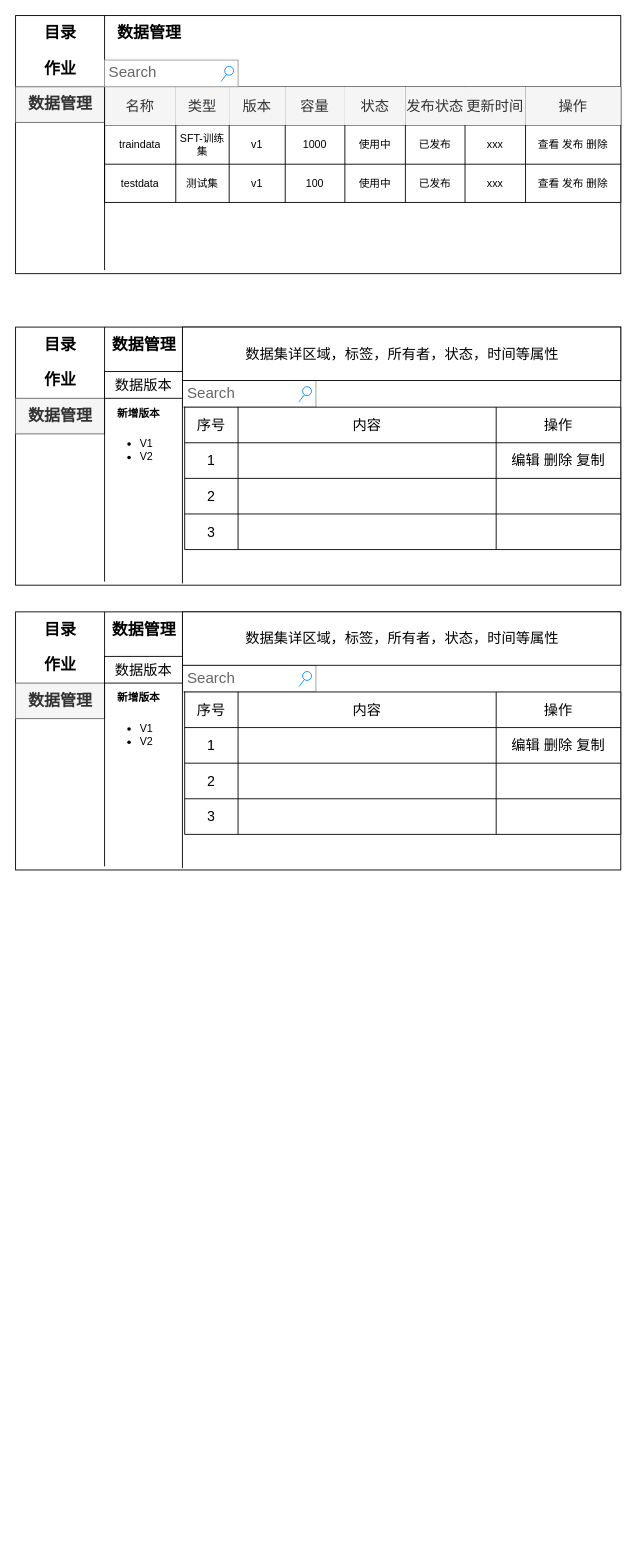
This is dataset.drawio from jack161641/cmdb, a draw.io file, before an edit. Source tidied: cells renumbered, new cells numbered last; positions are measured from the earlier drawing's top-left corner, leaving out a move shared by most shapes. Both pictures are drawn from the tidied source at 89%, with x=0, y=0 at pixel (15, 15).
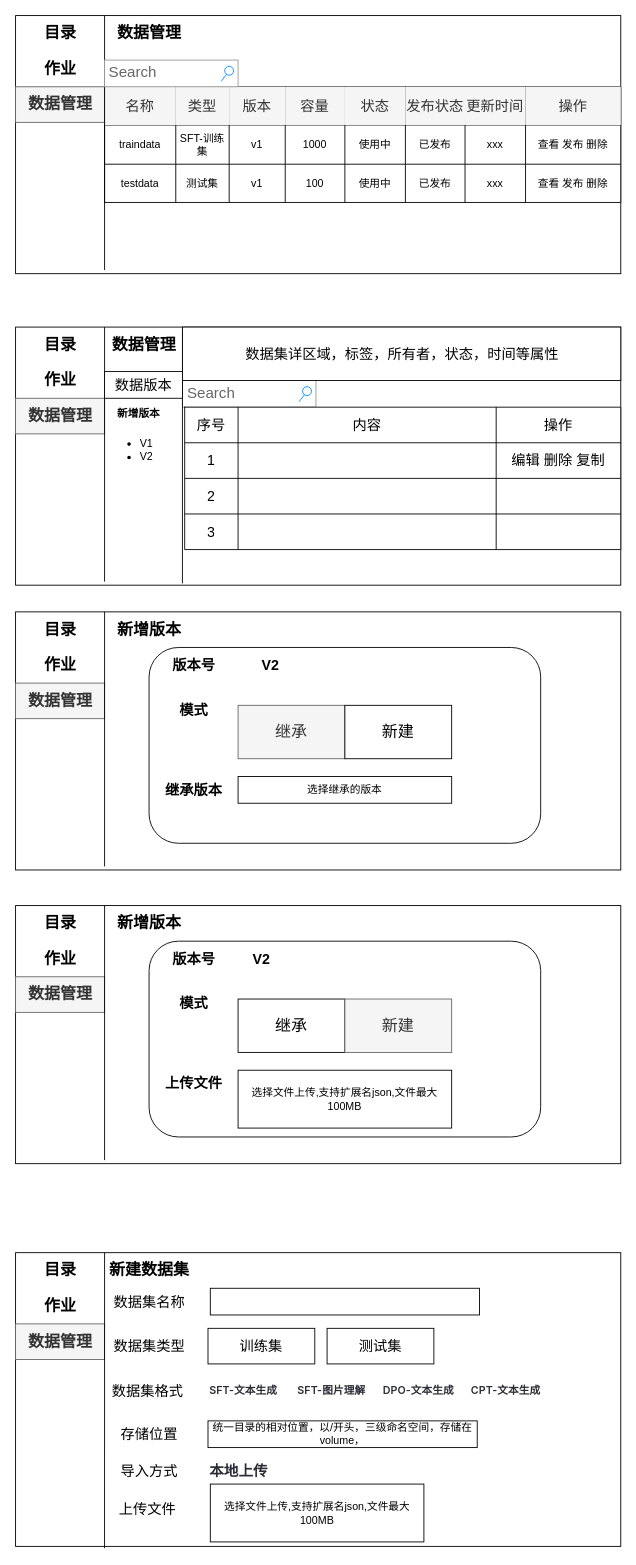
Above is the later version.

Diff of the diagram source:
```diff
@@
-    <mxCell id="71" value="数据管理" style="text;strokeColor=none;fillColor=none;html=1;fontSize=18;fontStyle=1;verticalAlign=middle;align=center;" parent="1" vertex="1">
-      <mxGeometry x="93.8" y="670" width="100" height="40" as="geometry" />
-    </mxCell>
-    <mxCell id="72" value="Search" style="strokeWidth=1;shadow=0;dashed=0;align=center;html=1;shape=mxgraph.mockup.forms.searchBox;strokeColor=#999999;mainText=;strokeColor2=#008cff;fontColor=#666666;fontSize=17;align=left;spacingLeft=3;whiteSpace=wrap;" parent="1" vertex="1">
-      <mxGeometry x="187.5" y="730" width="150" height="30" as="geometry" />
-    </mxCell>
-    <mxCell id="73" style="endArrow=none;html=1;rounded=0;entryX=1;entryY=0;entryDx=0;entryDy=0;" parent="1" edge="1">
-      <mxGeometry relative="1" as="geometry">
-        <mxPoint x="187.5" y="958" as="sourcePoint" />
-        <mxPoint x="187.5" y="672" as="targetPoint" />
-      </mxGeometry>
-    </mxCell>
-    <mxCell id="74" value="数据版本" style="rounded=0;whiteSpace=wrap;html=1;fontSize=16;" parent="1" vertex="1">
-      <mxGeometry x="100" y="720" width="87.5" height="30" as="geometry" />
-    </mxCell>
-    <mxCell id="75" value="&lt;ul&gt;&lt;li&gt;V1&lt;/li&gt;&lt;li&gt;V2&lt;/li&gt;&lt;/ul&gt;" style="text;strokeColor=none;fillColor=none;html=1;whiteSpace=wrap;verticalAlign=middle;overflow=hidden;" parent="1" vertex="1">
-      <mxGeometry x="97.5" y="775" width="90" height="65" as="geometry" />
-    </mxCell>
-    <mxCell id="76" value="数据集详区域，标签，所有者，状态，时间等属性" style="rounded=0;whiteSpace=wrap;html=1;fontSize=16;" parent="1" vertex="1">
-      <mxGeometry x="187.5" y="670" width="492.5" height="60" as="geometry" />
-    </mxCell>
-    <mxCell id="77" style="shape=table;startSize=0;childLayout=tableLayout;fontSize=16;" parent="1" vertex="1">
-      <mxGeometry x="190" y="760" width="490" height="160" as="geometry" />
-    </mxCell>
-    <mxCell id="78" style="shape=tableRow;horizontal=0;startSize=0;swimlaneHead=0;swimlaneBody=0;strokeColor=inherit;top=0;left=0;bottom=0;right=0;fillColor=none;fontSize=16;" parent="77" vertex="1">
-      <mxGeometry width="490" height="40" as="geometry" />
-    </mxCell>
-    <mxCell id="79" value="序号" style="shape=partialRectangle;html=1;whiteSpace=wrap;strokeColor=inherit;overflow=hidden;fillColor=none;top=0;left=0;bottom=0;right=0;fontSize=16;" parent="78" vertex="1">
-      <mxGeometry width="60" height="40" as="geometry" />
-    </mxCell>
-    <mxCell id="80" value="内容" style="shape=partialRectangle;html=1;whiteSpace=wrap;strokeColor=inherit;overflow=hidden;fillColor=none;top=0;left=0;bottom=0;right=0;fontSize=16;" parent="78" vertex="1">
-      <mxGeometry x="60" width="290" height="40" as="geometry" />
-    </mxCell>
-    <mxCell id="81" value="操作" style="shape=partialRectangle;html=1;whiteSpace=wrap;strokeColor=inherit;overflow=hidden;fillColor=none;top=0;left=0;bottom=0;right=0;fontSize=16;" parent="78" vertex="1">
-      <mxGeometry x="350" width="140" height="40" as="geometry" />
-    </mxCell>
-    <mxCell id="82" style="shape=tableRow;horizontal=0;startSize=0;swimlaneHead=0;swimlaneBody=0;strokeColor=inherit;top=0;left=0;bottom=0;right=0;fillColor=none;fontSize=16;" parent="77" vertex="1">
-      <mxGeometry y="40" width="490" height="40" as="geometry" />
-    </mxCell>
-    <mxCell id="83" value="1" style="shape=partialRectangle;html=1;whiteSpace=wrap;strokeColor=inherit;overflow=hidden;fillColor=none;top=0;left=0;bottom=0;right=0;fontSize=16;" parent="82" vertex="1">
-      <mxGeometry width="60" height="40" as="geometry" />
-    </mxCell>
-    <mxCell id="84" style="shape=partialRectangle;html=1;whiteSpace=wrap;strokeColor=inherit;overflow=hidden;fillColor=none;top=0;left=0;bottom=0;right=0;fontSize=16;" parent="82" vertex="1">
-      <mxGeometry x="60" width="290" height="40" as="geometry" />
-    </mxCell>
-    <mxCell id="85" value="编辑 删除 复制" style="shape=partialRectangle;html=1;whiteSpace=wrap;strokeColor=inherit;overflow=hidden;fillColor=none;top=0;left=0;bottom=0;right=0;fontSize=16;" parent="82" vertex="1">
-      <mxGeometry x="350" width="140" height="40" as="geometry" />
-    </mxCell>
-    <mxCell id="86" style="shape=tableRow;horizontal=0;startSize=0;swimlaneHead=0;swimlaneBody=0;strokeColor=inherit;top=0;left=0;bottom=0;right=0;fillColor=none;fontSize=16;" parent="77" vertex="1">
-      <mxGeometry y="80" width="490" height="40" as="geometry" />
-    </mxCell>
-    <mxCell id="87" value="2" style="shape=partialRectangle;html=1;whiteSpace=wrap;strokeColor=inherit;overflow=hidden;fillColor=none;top=0;left=0;bottom=0;right=0;fontSize=16;" parent="86" vertex="1">
-      <mxGeometry width="60" height="40" as="geometry" />
-    </mxCell>
-    <mxCell id="88" style="shape=partialRectangle;html=1;whiteSpace=wrap;strokeColor=inherit;overflow=hidden;fillColor=none;top=0;left=0;bottom=0;right=0;fontSize=16;" parent="86" vertex="1">
-      <mxGeometry x="60" width="290" height="40" as="geometry" />
-    </mxCell>
-    <mxCell id="89" style="shape=partialRectangle;html=1;whiteSpace=wrap;strokeColor=inherit;overflow=hidden;fillColor=none;top=0;left=0;bottom=0;right=0;fontSize=16;" parent="86" vertex="1">
-      <mxGeometry x="350" width="140" height="40" as="geometry" />
-    </mxCell>
-    <mxCell id="90" style="shape=tableRow;horizontal=0;startSize=0;swimlaneHead=0;swimlaneBody=0;strokeColor=inherit;top=0;left=0;bottom=0;right=0;fillColor=none;fontSize=16;" parent="77" vertex="1">
-      <mxGeometry y="120" width="490" height="40" as="geometry" />
-    </mxCell>
-    <mxCell id="91" value="3" style="shape=partialRectangle;html=1;whiteSpace=wrap;strokeColor=inherit;overflow=hidden;fillColor=none;top=0;left=0;bottom=0;right=0;fontSize=16;" parent="90" vertex="1">
-      <mxGeometry width="60" height="40" as="geometry" />
-    </mxCell>
-    <mxCell id="92" style="shape=partialRectangle;html=1;whiteSpace=wrap;strokeColor=inherit;overflow=hidden;fillColor=none;top=0;left=0;bottom=0;right=0;fontSize=16;" parent="90" vertex="1">
-      <mxGeometry x="60" width="290" height="40" as="geometry" />
-    </mxCell>
-    <mxCell id="93" style="shape=partialRectangle;html=1;whiteSpace=wrap;strokeColor=inherit;overflow=hidden;fillColor=none;top=0;left=0;bottom=0;right=0;fontSize=16;" parent="90" vertex="1">
-      <mxGeometry x="350" width="140" height="40" as="geometry" />
-    </mxCell>
-    <mxCell id="94" value="&lt;font style=&quot;font-size: 12px;&quot;&gt;新增版本&lt;/font&gt;" style="text;strokeColor=none;fillColor=none;html=1;fontSize=24;fontStyle=1;verticalAlign=middle;align=center;" parent="1" vertex="1">
-      <mxGeometry x="100" y="750" width="76" height="25" as="geometry" />
-    </mxCell>
+    <mxCell id="95" style="rounded=1;whiteSpace=wrap;html=1;" parent="1" vertex="1">
+      <mxGeometry x="150" y="710" width="440" height="220" as="geometry" />
+    </mxCell>
+    <mxCell id="96" value="新增版本" style="text;strokeColor=none;fillColor=none;html=1;fontSize=18;fontStyle=1;verticalAlign=middle;align=center;" parent="1" vertex="1">
+      <mxGeometry x="100" y="670" width="100" height="40" as="geometry" />
+    </mxCell>
+    <mxCell id="97" value="版本号" style="text;strokeColor=none;fillColor=none;html=1;fontSize=16;fontStyle=1;verticalAlign=middle;align=center;" parent="1" vertex="1">
+      <mxGeometry x="150" y="710" width="100" height="40" as="geometry" />
+    </mxCell>
+    <mxCell id="98" value="模式" style="text;strokeColor=none;fillColor=none;html=1;fontSize=16;fontStyle=1;verticalAlign=middle;align=center;" parent="1" vertex="1">
+      <mxGeometry x="150" y="760" width="100" height="40" as="geometry" />
+    </mxCell>
+    <mxCell id="99" value="继承" style="rounded=0;whiteSpace=wrap;html=1;fontSize=18;fillColor=#f5f5f5;fontColor=#333333;strokeColor=#666666;" parent="1" vertex="1">
+      <mxGeometry x="250" y="775" width="120" height="60" as="geometry" />
+    </mxCell>
+    <mxCell id="100" value="新建" style="rounded=0;whiteSpace=wrap;html=1;fontSize=18;" parent="1" vertex="1">
+      <mxGeometry x="370" y="775" width="120" height="60" as="geometry" />
+    </mxCell>
+    <mxCell id="101" value="继承版本" style="text;strokeColor=none;fillColor=none;html=1;fontSize=16;fontStyle=1;verticalAlign=middle;align=center;" parent="1" vertex="1">
+      <mxGeometry x="150" y="850" width="100" height="40" as="geometry" />
+    </mxCell>
+    <mxCell id="102" value="选择继承的版本" style="rounded=0;whiteSpace=wrap;html=1;" parent="1" vertex="1">
+      <mxGeometry x="250" y="855" width="240" height="30" as="geometry" />
+    </mxCell>
+    <mxCell id="103" style="rounded=0;whiteSpace=wrap;html=1;" parent="1" vertex="1">
+      <mxGeometry y="1000" width="680" height="290" as="geometry" />
+    </mxCell>
+    <mxCell id="104" value="目录" style="text;strokeColor=none;fillColor=none;html=1;fontSize=18;fontStyle=1;verticalAlign=middle;align=center;" parent="1" vertex="1">
+      <mxGeometry y="1000" width="100" height="40" as="geometry" />
+    </mxCell>
+    <mxCell id="105" value="数据管理" style="text;strokeColor=#666666;fillColor=#f5f5f5;html=1;fontSize=18;fontStyle=1;verticalAlign=middle;align=center;fontColor=#333333;" parent="1" vertex="1">
+      <mxGeometry y="1080" width="100" height="40" as="geometry" />
+    </mxCell>
+    <mxCell id="106" value="作业" style="text;strokeColor=none;fillColor=none;html=1;fontSize=18;fontStyle=1;verticalAlign=middle;align=center;" parent="1" vertex="1">
+      <mxGeometry y="1040" width="100" height="40" as="geometry" />
+    </mxCell>
+    <mxCell id="107" style="endArrow=none;html=1;rounded=0;entryX=1;entryY=0;entryDx=0;entryDy=0;" parent="1" edge="1" target="104">
+      <mxGeometry relative="1" as="geometry">
+        <mxPoint x="100" y="1286" as="sourcePoint" />
+      </mxGeometry>
+    </mxCell>
+    <mxCell id="108" style="rounded=1;whiteSpace=wrap;html=1;" parent="1" vertex="1">
+      <mxGeometry x="150" y="1040" width="440" height="220" as="geometry" />
+    </mxCell>
+    <mxCell id="109" value="新增版本" style="text;strokeColor=none;fillColor=none;html=1;fontSize=18;fontStyle=1;verticalAlign=middle;align=center;" parent="1" vertex="1">
+      <mxGeometry x="100" y="1000" width="100" height="40" as="geometry" />
+    </mxCell>
+    <mxCell id="110" value="版本号" style="text;strokeColor=none;fillColor=none;html=1;fontSize=16;fontStyle=1;verticalAlign=middle;align=center;" parent="1" vertex="1">
+      <mxGeometry x="150" y="1040" width="100" height="40" as="geometry" />
+    </mxCell>
+    <mxCell id="111" value="模式" style="text;strokeColor=none;fillColor=none;html=1;fontSize=16;fontStyle=1;verticalAlign=middle;align=center;" parent="1" vertex="1">
+      <mxGeometry x="150" y="1090" width="100" height="40" as="geometry" />
+    </mxCell>
+    <mxCell id="112" value="继承" style="rounded=0;whiteSpace=wrap;html=1;fontSize=18;" parent="1" vertex="1">
+      <mxGeometry x="250" y="1105" width="120" height="60" as="geometry" />
+    </mxCell>
+    <mxCell id="113" value="新建" style="rounded=0;whiteSpace=wrap;html=1;fontSize=18;fillColor=#f5f5f5;fontColor=#333333;strokeColor=#666666;" parent="1" vertex="1">
+      <mxGeometry x="370" y="1105" width="120" height="60" as="geometry" />
+    </mxCell>
+    <mxCell id="114" value="上传文件" style="text;strokeColor=none;fillColor=none;html=1;fontSize=16;fontStyle=1;verticalAlign=middle;align=center;" parent="1" vertex="1">
+      <mxGeometry x="150" y="1180" width="100" height="40" as="geometry" />
+    </mxCell>
+    <mxCell id="115" value="选择文件上传,支持扩展名json,文件最大100MB" style="rounded=0;whiteSpace=wrap;html=1;" parent="1" vertex="1">
+      <mxGeometry x="250" y="1185" width="240" height="65" as="geometry" />
+    </mxCell>
+    <mxCell id="116" value="V2" style="text;strokeColor=none;fillColor=none;html=1;fontSize=16;fontStyle=1;verticalAlign=middle;align=center;" parent="1" vertex="1">
+      <mxGeometry x="250" y="710" width="72.5" height="40" as="geometry" />
+    </mxCell>
+    <mxCell id="117" value="V2" style="text;strokeColor=none;fillColor=none;html=1;fontSize=16;fontStyle=1;verticalAlign=middle;align=center;" parent="1" vertex="1">
+      <mxGeometry x="240" y="1040" width="72.5" height="40" as="geometry" />
+    </mxCell>
+    <mxCell id="118" style="rounded=0;whiteSpace=wrap;html=1;" parent="1" vertex="1">
+      <mxGeometry y="1390" width="680" height="330" as="geometry" />
+    </mxCell>
+    <mxCell id="119" value="目录" style="text;strokeColor=none;fillColor=none;html=1;fontSize=18;fontStyle=1;verticalAlign=middle;align=center;" parent="1" vertex="1">
+      <mxGeometry y="1390" width="100" height="40" as="geometry" />
+    </mxCell>
+    <mxCell id="120" value="数据管理" style="text;strokeColor=#666666;fillColor=#f5f5f5;html=1;fontSize=18;fontStyle=1;verticalAlign=middle;align=center;fontColor=#333333;" parent="1" vertex="1">
+      <mxGeometry y="1470" width="100" height="40" as="geometry" />
+    </mxCell>
+    <mxCell id="121" value="作业" style="text;strokeColor=none;fillColor=none;html=1;fontSize=18;fontStyle=1;verticalAlign=middle;align=center;" parent="1" vertex="1">
+      <mxGeometry y="1430" width="100" height="40" as="geometry" />
+    </mxCell>
+    <mxCell id="122" style="endArrow=none;html=1;rounded=0;entryX=1;entryY=0;entryDx=0;entryDy=0;exitX=0.147;exitY=1.006;exitDx=0;exitDy=0;exitPerimeter=0;" parent="1" edge="1" source="118" target="119">
+      <mxGeometry relative="1" as="geometry" />
+    </mxCell>
+    <mxCell id="123" value="新建数据集" style="text;strokeColor=none;fillColor=none;html=1;fontSize=18;fontStyle=1;verticalAlign=middle;align=center;" parent="1" vertex="1">
+      <mxGeometry x="100" y="1390" width="100" height="40" as="geometry" />
+    </mxCell>
+    <mxCell id="124" value="数据集名称" style="text;strokeColor=none;fillColor=none;html=1;fontSize=16;fontStyle=0;verticalAlign=middle;align=center;" parent="1" vertex="1">
+      <mxGeometry x="100" y="1430" width="100" height="30" as="geometry" />
+    </mxCell>
+    <mxCell id="125" style="rounded=0;whiteSpace=wrap;html=1;" parent="1" vertex="1">
+      <mxGeometry x="218.8" y="1430" width="302.5" height="30" as="geometry" />
+    </mxCell>
+    <mxCell id="126" value="数据集类型" style="text;strokeColor=none;fillColor=none;html=1;fontSize=16;fontStyle=0;verticalAlign=middle;align=center;" parent="1" vertex="1">
+      <mxGeometry x="100" y="1480" width="100" height="30" as="geometry" />
+    </mxCell>
+    <mxCell id="127" value="训练集" style="rounded=0;whiteSpace=wrap;html=1;fontSize=16;" parent="1" vertex="1">
+      <mxGeometry x="216.2" y="1475" width="120" height="40" as="geometry" />
+    </mxCell>
+    <mxCell id="128" value="测试集" style="rounded=0;whiteSpace=wrap;html=1;fontSize=16;" parent="1" vertex="1">
+      <mxGeometry x="350" y="1475" width="120" height="40" as="geometry" />
+    </mxCell>
+    <mxCell id="129" value="数据集格式" style="text;strokeColor=none;fillColor=none;html=1;fontSize=16;fontStyle=0;verticalAlign=middle;align=center;" parent="1" vertex="1">
+      <mxGeometry x="97.5" y="1530" width="100" height="30" as="geometry" />
+    </mxCell>
+    <mxCell id="130" value="&lt;h3 style=&quot;box-sizing: border-box; font-weight: 600; line-height: 1.7777; margin: 0.571429em 0px; font-size: 1em; color: rgb(44, 44, 54); font-family: -apple-system, BlinkMacSystemFont, &amp;quot;Segoe UI&amp;quot;, &amp;quot;Noto Sans&amp;quot;, Helvetica, Arial, sans-serif, &amp;quot;Apple Color Emoji&amp;quot;, &amp;quot;Segoe UI Emoji&amp;quot;; font-style: normal; font-variant-ligatures: normal; font-variant-caps: normal; letter-spacing: 0.08px; orphans: 2; text-align: start; text-indent: 0px; text-transform: none; widows: 2; word-spacing: 0px; -webkit-text-stroke-width: 0px; white-space: normal; background-color: rgb(255, 255, 255); text-decoration-thickness: initial; text-decoration-style: initial; text-decoration-color: initial;&quot;&gt;CPT-文本生成&lt;/h3&gt;" style="text;whiteSpace=wrap;html=1;" parent="1" vertex="1">
+      <mxGeometry x="510" y="1520" width="110" height="60" as="geometry" />
+    </mxCell>
+    <mxCell id="131" value="&lt;h3 style=&quot;box-sizing: border-box; font-weight: 600; line-height: 1.7777; margin: 0.571429em 0px; font-size: 1em; color: rgb(44, 44, 54); font-family: -apple-system, BlinkMacSystemFont, &amp;quot;Segoe UI&amp;quot;, &amp;quot;Noto Sans&amp;quot;, Helvetica, Arial, sans-serif, &amp;quot;Apple Color Emoji&amp;quot;, &amp;quot;Segoe UI Emoji&amp;quot;; font-style: normal; font-variant-ligatures: normal; font-variant-caps: normal; letter-spacing: 0.08px; orphans: 2; text-align: start; text-indent: 0px; text-transform: none; widows: 2; word-spacing: 0px; -webkit-text-stroke-width: 0px; white-space: normal; background-color: rgb(255, 255, 255); text-decoration-thickness: initial; text-decoration-style: initial; text-decoration-color: initial;&quot;&gt;DPO-文本生成&lt;/h3&gt;" style="text;whiteSpace=wrap;html=1;" parent="1" vertex="1">
+      <mxGeometry x="411.2" y="1520" width="110" height="60" as="geometry" />
+    </mxCell>
+    <mxCell id="132" value="&lt;h3 style=&quot;box-sizing: border-box; font-weight: 600; line-height: 1.7777; margin: 0.571429em 0px; font-size: 1em; color: rgb(44, 44, 54); font-family: -apple-system, BlinkMacSystemFont, &amp;quot;Segoe UI&amp;quot;, &amp;quot;Noto Sans&amp;quot;, Helvetica, Arial, sans-serif, &amp;quot;Apple Color Emoji&amp;quot;, &amp;quot;Segoe UI Emoji&amp;quot;; font-style: normal; font-variant-ligatures: normal; font-variant-caps: normal; letter-spacing: 0.08px; orphans: 2; text-align: start; text-indent: 0px; text-transform: none; widows: 2; word-spacing: 0px; -webkit-text-stroke-width: 0px; white-space: normal; background-color: rgb(255, 255, 255); text-decoration-thickness: initial; text-decoration-style: initial; text-decoration-color: initial;&quot;&gt;SFT-图片理解&lt;/h3&gt;" style="text;whiteSpace=wrap;html=1;" parent="1" vertex="1">
+      <mxGeometry x="315" y="1520" width="110" height="60" as="geometry" />
+    </mxCell>
+    <mxCell id="133" value="&lt;h3 style=&quot;box-sizing: border-box; font-weight: 600; line-height: 1.7777; margin: 0.571429em 0px; font-size: 1em; color: rgb(44, 44, 54); font-family: -apple-system, BlinkMacSystemFont, &amp;quot;Segoe UI&amp;quot;, &amp;quot;Noto Sans&amp;quot;, Helvetica, Arial, sans-serif, &amp;quot;Apple Color Emoji&amp;quot;, &amp;quot;Segoe UI Emoji&amp;quot;; font-style: normal; font-variant-ligatures: normal; font-variant-caps: normal; letter-spacing: 0.08px; orphans: 2; text-align: start; text-indent: 0px; text-transform: none; widows: 2; word-spacing: 0px; -webkit-text-stroke-width: 0px; white-space: normal; background-color: rgb(255, 255, 255); text-decoration-thickness: initial; text-decoration-style: initial; text-decoration-color: initial;&quot;&gt;SFT-文本生成&lt;/h3&gt;" style="text;whiteSpace=wrap;html=1;" parent="1" vertex="1">
+      <mxGeometry x="216.2" y="1520" width="110" height="60" as="geometry" />
+    </mxCell>
+    <mxCell id="134" value="存储位置" style="text;strokeColor=none;fillColor=none;html=1;fontSize=16;fontStyle=0;verticalAlign=middle;align=center;" parent="1" vertex="1">
+      <mxGeometry x="100" y="1579" width="100" height="30" as="geometry" />
+    </mxCell>
+    <mxCell id="135" value="统一目录的相对位置，以/开头，三级命名空间，存储在volume，" style="rounded=0;whiteSpace=wrap;html=1;" parent="1" vertex="1">
+      <mxGeometry x="216.2" y="1579" width="302.5" height="30" as="geometry" />
+    </mxCell>
+    <mxCell id="136" value="导入方式" style="text;strokeColor=none;fillColor=none;html=1;fontSize=16;fontStyle=0;verticalAlign=middle;align=center;" parent="1" vertex="1">
+      <mxGeometry x="100" y="1620" width="100" height="30" as="geometry" />
+    </mxCell>
+    <mxCell id="137" value="&lt;h3 style=&quot;box-sizing: border-box; font-weight: 600; line-height: 1.7777; margin: 0.571429em 0px; color: rgb(44, 44, 54); font-family: -apple-system, BlinkMacSystemFont, &amp;quot;Segoe UI&amp;quot;, &amp;quot;Noto Sans&amp;quot;, Helvetica, Arial, sans-serif, &amp;quot;Apple Color Emoji&amp;quot;, &amp;quot;Segoe UI Emoji&amp;quot;; font-style: normal; font-variant-ligatures: normal; font-variant-caps: normal; letter-spacing: 0.08px; orphans: 2; text-align: start; text-indent: 0px; text-transform: none; widows: 2; word-spacing: 0px; -webkit-text-stroke-width: 0px; white-space: normal; background-color: rgb(255, 255, 255); text-decoration-thickness: initial; text-decoration-style: initial; text-decoration-color: initial;&quot;&gt;本地上传&lt;/h3&gt;" style="text;whiteSpace=wrap;html=1;fontSize=14;" parent="1" vertex="1">
+      <mxGeometry x="216.2" y="1605" width="110" height="60" as="geometry" />
+    </mxCell>
+    <mxCell id="138" value="上传文件" style="text;strokeColor=none;fillColor=none;html=1;fontSize=16;fontStyle=0;verticalAlign=middle;align=center;" parent="1" vertex="1">
+      <mxGeometry x="97.5" y="1662.5" width="100" height="30" as="geometry" />
+    </mxCell>
+    <mxCell id="139" value="选择文件上传,支持扩展名json,文件最大100MB" style="rounded=0;whiteSpace=wrap;html=1;" parent="1" vertex="1">
+      <mxGeometry x="218.8" y="1650" width="240" height="65" as="geometry" />
+    </mxCell>
```
